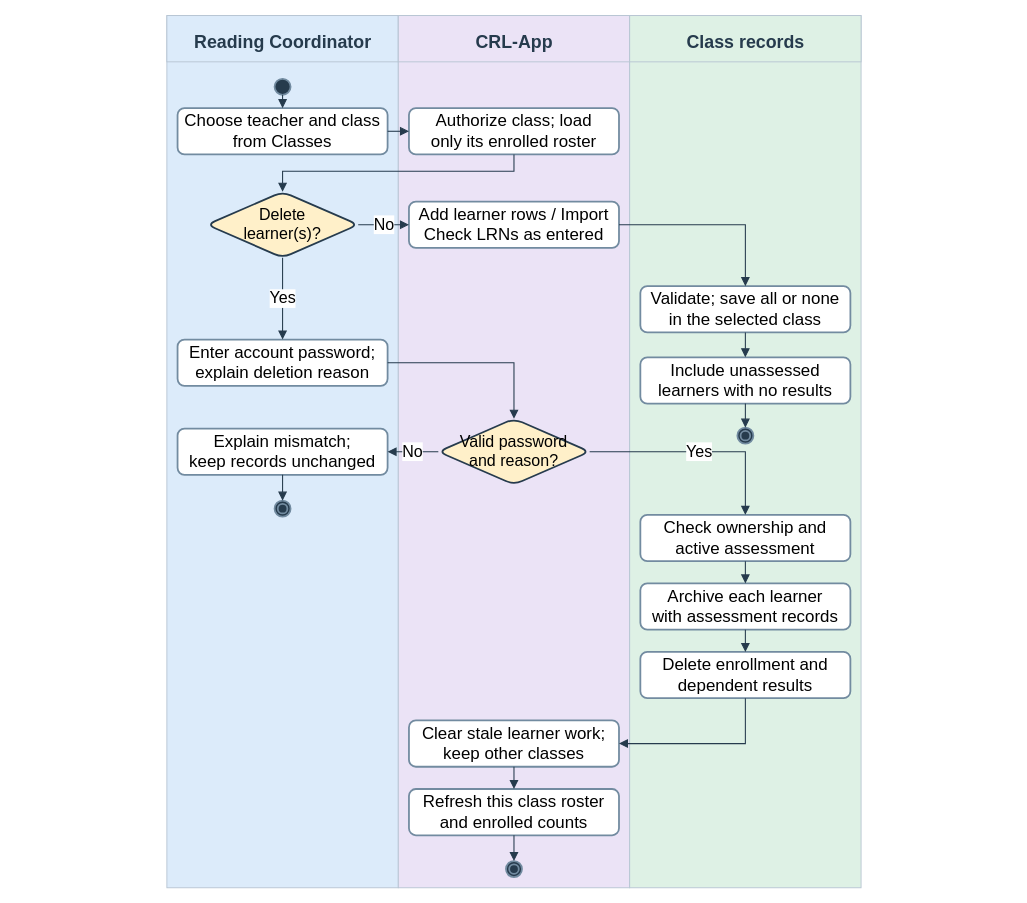
The draw.io diagram docs/diagrams/class-workspaces/figure-15b-learner-management.drawio in AkuSayangKamuJudaSayang/crl-app, before the edit. Source tidied: cells renumbered, new cells numbered last; positions are measured from the earlier drawing's top-left corner, leaving out a move shared by most shapes. Both pictures are drawn from the tidied source at 89%, with x=0, y=0 at pixel (15, 15).
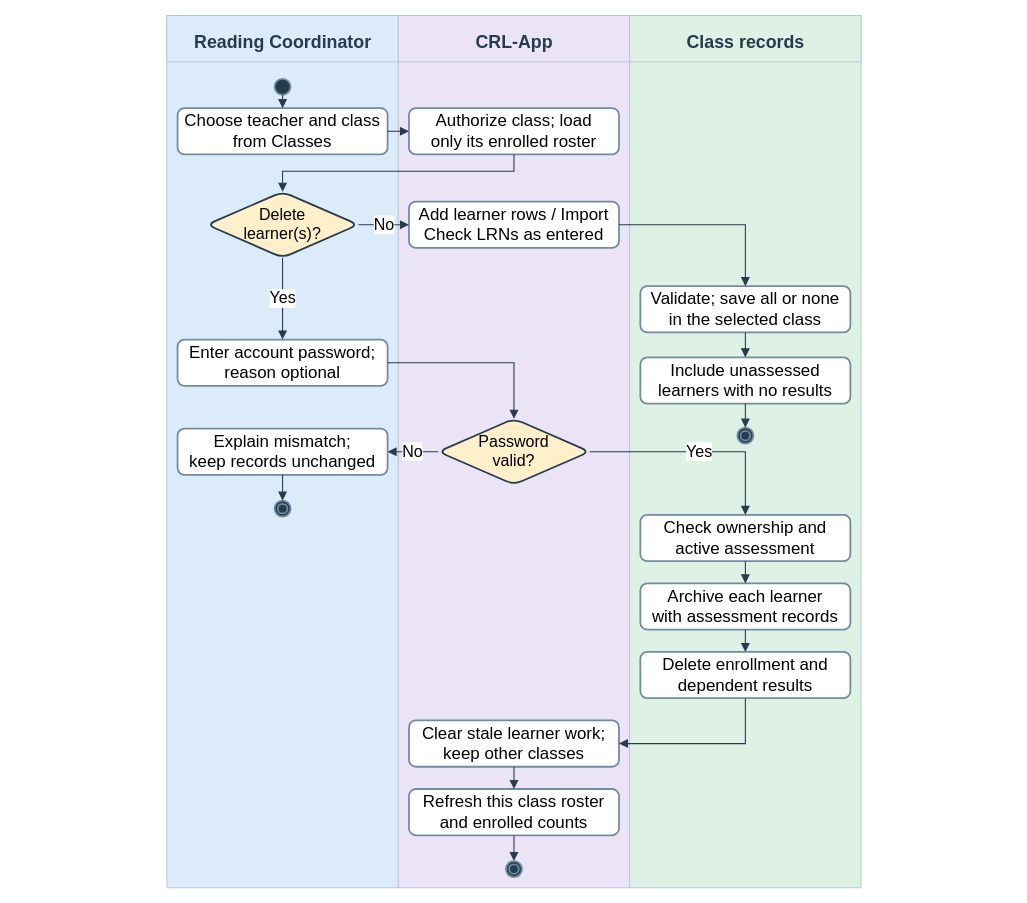
Above is the later version.

Diff of the diagram source:
```diff
@@
-    <mxCell id="19" value="Enter account password;&lt;br&gt;explain deletion reason" style="rounded=1;whiteSpace=wrap;html=1;fontFamily=Arial;fillColor=#ffffff;strokeColor=#728ba0;strokeWidth=2;fontSize=19;" parent="1" vertex="1">
+    <mxCell id="19" value="Enter account password;&lt;br&gt;reason optional" style="rounded=1;whiteSpace=wrap;html=1;fontFamily=Arial;fillColor=#ffffff;strokeColor=#728ba0;strokeWidth=2;fontSize=19;" parent="1" vertex="1">
       <mxGeometry x="182" y="364" width="236" height="52" as="geometry" />
     </mxCell>
-    <mxCell id="20" value="Valid password&lt;br&gt;and reason?" style="rounded=1;whiteSpace=wrap;html=1;fontFamily=Arial;fillColor=#ffffff;strokeColor=#728ba0;strokeWidth=2;fontSize=19;shape=rhombus;strokeColor=#263b4d;fillColor=#fff0c9;fontSize=18;" parent="1" vertex="1">
+    <mxCell id="20" value="Password&lt;br&gt;valid?" style="rounded=1;whiteSpace=wrap;html=1;fontFamily=Arial;fillColor=#ffffff;strokeColor=#728ba0;strokeWidth=2;fontSize=19;shape=rhombus;strokeColor=#263b4d;fillColor=#fff0c9;fontSize=18;" parent="1" vertex="1">
       <mxGeometry x="475" y="453" width="170" height="74" as="geometry" />
     </mxCell>
```
